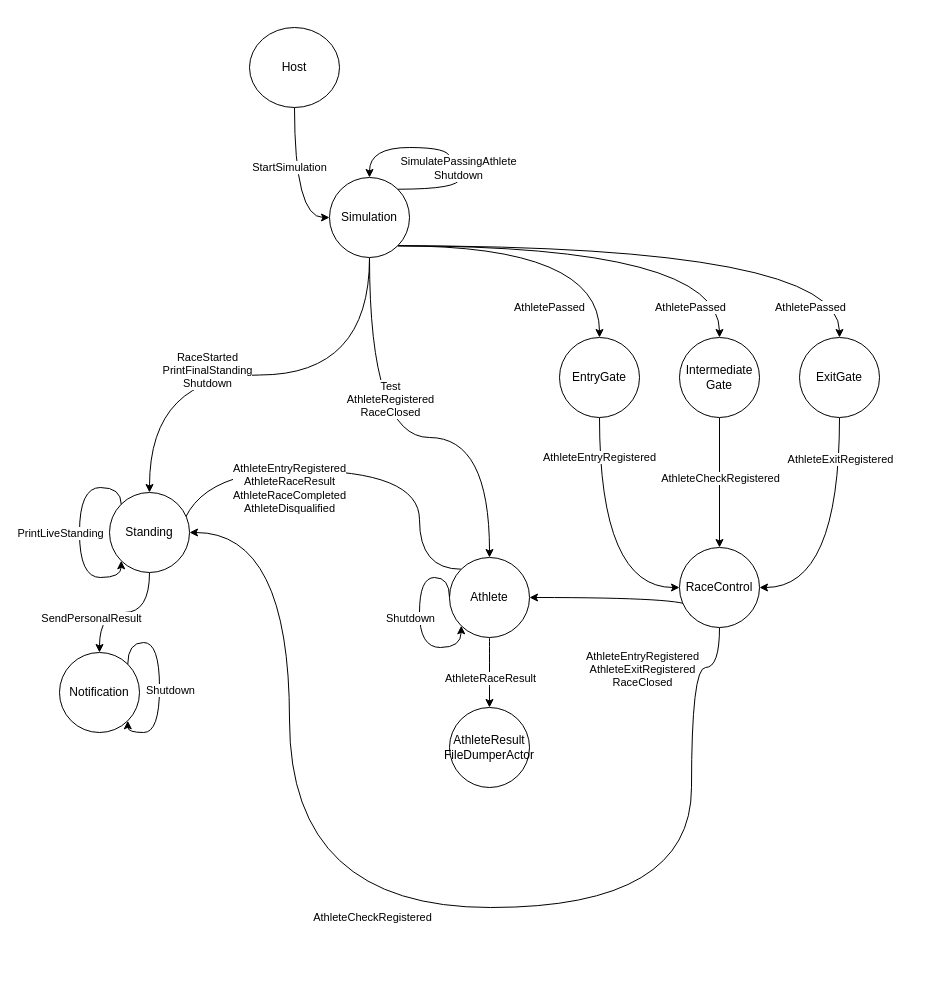
This is page "Communication flow" (2 of 2) of src/Host/diagram/thriathlon race.drawio from fbasco81/triathlon-race-demo, a draw.io file, before an edit. Source tidied: cells renumbered, new cells numbered last; positions are measured from the earlier drawing's top-left corner, leaving out a move shared by most shapes. Both pictures are drawn from the tidied source at 100%, with x=0, y=0 at pixel (59, 27).
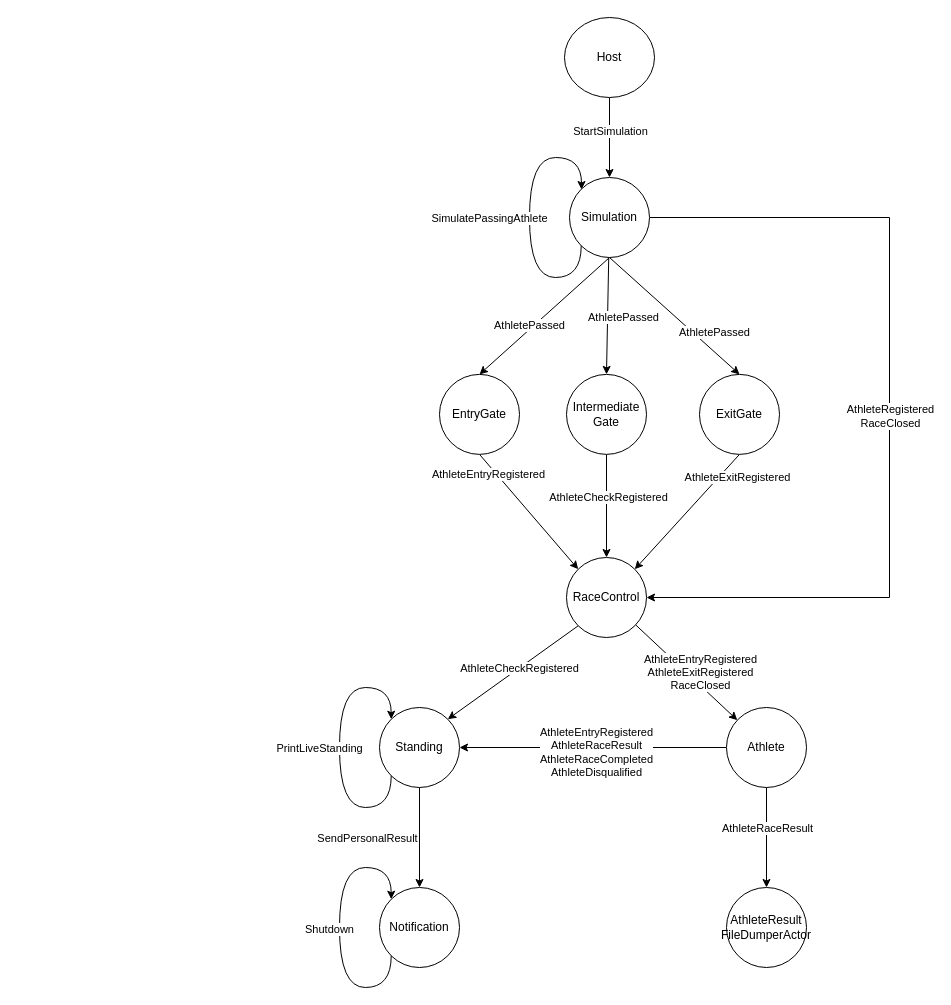
The same diagram, later.

Commit message (it also covers changes not shown here):
review diagram and message refactoring

The edit, as a diff of the source:
```diff
@@
-    <mxCell id="2" style="edgeStyle=orthogonalEdgeStyle;curved=1;rounded=0;jettySize=auto;html=1;entryX=0.5;entryY=0;entryDx=0;entryDy=0;exitX=0.5;exitY=1;exitDx=0;exitDy=0;" parent="1" edge="1" source="6" target="36">
+    <mxCell id="2" style="rounded=0;jettySize=auto;html=1;entryX=0.5;entryY=0;entryDx=0;entryDy=0;exitX=0.5;exitY=1;exitDx=0;exitDy=0;" parent="1" edge="1" source="6" target="36">
       <mxGeometry relative="1" as="geometry" />
     </mxCell>
     <mxCell id="3" value="AthleteRaceResult" style="edgeLabel;html=1;align=center;verticalAlign=middle;" parent="2" vertex="1">
       <mxGeometry x="-0.35" y="1" relative="1" as="geometry">
-        <mxPoint x="-1" y="17" as="offset" />
+        <mxPoint x="-1" y="7.1" as="offset" />
       </mxGeometry>
     </mxCell>
-    <mxCell id="4" style="edgeStyle=orthogonalEdgeStyle;curved=1;rounded=0;jettySize=auto;html=1;entryX=1;entryY=1;entryDx=0;entryDy=0;exitX=0;exitY=0;exitDx=0;exitDy=0;" parent="1" edge="1" source="6" target="33">
-      <mxGeometry relative="1" as="geometry">
-        <Array as="points">
-          <mxPoint x="360" y="542" />
-          <mxPoint x="360" y="443" />
-        </Array>
-      </mxGeometry>
+    <mxCell id="4" style="rounded=0;jettySize=auto;html=1;entryX=1;entryY=0.5;entryDx=0;entryDy=0;exitX=0;exitY=0.5;exitDx=0;exitDy=0;" parent="1" edge="1" source="6" target="33">
+      <mxGeometry relative="1" as="geometry" />
     </mxCell>
     <mxCell id="5" value="AthleteEntryRegistered&lt;br&gt;AthleteRaceResult&lt;br&gt;AthleteRaceCompleted&lt;br&gt;AthleteDisqualified" style="edgeLabel;html=1;align=center;verticalAlign=middle;" parent="4" vertex="1">
       <mxGeometry x="-0.11" y="-11" relative="1" as="geometry">
-        <mxPoint x="-61" y="28.6" as="offset" />
+        <mxPoint x="-11.3" y="15.9" as="offset" />
       </mxGeometry>
     </mxCell>
     <mxCell id="6" value="Athlete" style="ellipse;whiteSpace=wrap;html=1;" parent="1" vertex="1">
-      <mxGeometry x="390" y="530" width="80" height="80" as="geometry" />
+      <mxGeometry x="667" y="680" width="80" height="80" as="geometry" />
     </mxCell>
+    <mxCell id="47" style="edgeStyle=none;rounded=0;jettySize=auto;html=1;exitX=0.5;exitY=1;exitDx=0;exitDy=0;entryX=0;entryY=0;entryDx=0;entryDy=0;" parent="1" edge="1" source="8" target="19">
+      <mxGeometry relative="1" as="geometry" />
+    </mxCell>
-    <mxCell id="7" value="AthleteEntryRegistered" style="edgeStyle=orthogonalEdgeStyle;curved=1;rounded=0;jettySize=auto;html=1;exitX=0.5;exitY=1;exitDx=0;exitDy=0;entryX=0;entryY=0.5;entryDx=0;entryDy=0;" parent="1" edge="1" source="8" target="19">
-      <mxGeometry x="-0.68" relative="1" as="geometry" />
+    <mxCell id="7" value="AthleteEntryRegistered" style="edgeLabel;html=1;align=center;verticalAlign=middle;" parent="47" vertex="1">
+      <mxGeometry x="-0.48" y="-3" relative="1" as="geometry">
+        <mxPoint x="-14.7" y="-11.6" as="offset" />
+      </mxGeometry>
     </mxCell>
     <mxCell id="8" value="EntryGate" style="ellipse;whiteSpace=wrap;html=1;" parent="1" vertex="1">
-      <mxGeometry x="500" y="310" width="80" height="80" as="geometry" />
+      <mxGeometry x="380" y="346.9" width="80" height="80" as="geometry" />
     </mxCell>
-    <mxCell id="9" style="edgeStyle=orthogonalEdgeStyle;curved=1;rounded=0;jettySize=auto;html=1;entryX=1;entryY=0.5;entryDx=0;entryDy=0;exitX=0.5;exitY=1;exitDx=0;exitDy=0;" parent="1" edge="1" source="11" target="19">
-      <mxGeometry relative="1" as="geometry">
-        <Array as="points">
-          <mxPoint x="780" y="560" />
-        </Array>
-      </mxGeometry>
+    <mxCell id="9" style="rounded=0;jettySize=auto;html=1;entryX=1;entryY=0;entryDx=0;entryDy=0;exitX=0.5;exitY=1;exitDx=0;exitDy=0;" parent="1" edge="1" source="11" target="19">
+      <mxGeometry relative="1" as="geometry" />
     </mxCell>
     <mxCell id="10" value="AthleteExitRegistered" style="edgeLabel;html=1;align=center;verticalAlign=middle;" parent="9" vertex="1">
       <mxGeometry x="0.18" y="-2" relative="1" as="geometry">
-        <mxPoint x="2" y="-107" as="offset" />
+        <mxPoint x="60.9" y="-43.9" as="offset" />
       </mxGeometry>
     </mxCell>
     <mxCell id="11" value="ExitGate" style="ellipse;whiteSpace=wrap;html=1;" parent="1" vertex="1">
-      <mxGeometry x="740" y="310" width="80" height="80" as="geometry" />
+      <mxGeometry x="640" y="346.9" width="80" height="80" as="geometry" />
     </mxCell>
-    <mxCell id="12" style="edgeStyle=orthogonalEdgeStyle;curved=1;rounded=0;jettySize=auto;html=1;entryX=0.5;entryY=0;entryDx=0;entryDy=0;exitX=0.5;exitY=1;exitDx=0;exitDy=0;" parent="1" edge="1" source="14" target="19">
-      <mxGeometry relative="1" as="geometry">
-        <Array as="points">
-          <mxPoint x="660" y="450" />
-          <mxPoint x="660" y="450" />
-        </Array>
-      </mxGeometry>
+    <mxCell id="12" style="rounded=0;jettySize=auto;html=1;entryX=0.5;entryY=0;entryDx=0;entryDy=0;exitX=0.5;exitY=1;exitDx=0;exitDy=0;" parent="1" edge="1" source="14" target="19">
+      <mxGeometry relative="1" as="geometry" />
     </mxCell>
     <mxCell id="13" value="AthleteCheckRegistered" style="edgeLabel;html=1;align=center;verticalAlign=middle;" parent="12" vertex="1">
       <mxGeometry x="0.31" y="-3" relative="1" as="geometry">
-        <mxPoint x="3" y="-25" as="offset" />
+        <mxPoint x="4" y="-25" as="offset" />
       </mxGeometry>
     </mxCell>
     <mxCell id="14" value="Intermediate&lt;br&gt;Gate" style="ellipse;whiteSpace=wrap;html=1;" parent="1" vertex="1">
-      <mxGeometry x="620" y="310" width="80" height="80" as="geometry" />
+      <mxGeometry x="507" y="346.9" width="80" height="80" as="geometry" />
     </mxCell>
-    <mxCell id="15" style="edgeStyle=orthogonalEdgeStyle;curved=1;rounded=0;jettySize=auto;html=1;entryX=1;entryY=0.5;entryDx=0;entryDy=0;exitX=0;exitY=1;exitDx=0;exitDy=0;" parent="1" edge="1" source="19" target="6">
-      <mxGeometry relative="1" as="geometry">
-        <Array as="points">
-          <mxPoint x="630" y="588" />
-          <mxPoint x="630" y="570" />
-        </Array>
-      </mxGeometry>
+    <mxCell id="15" style="rounded=0;jettySize=auto;html=1;" parent="1" edge="1" source="19" target="6">
+      <mxGeometry relative="1" as="geometry" />
     </mxCell>
-    <mxCell id="16" value="AthleteEntryRegistered&lt;br&gt;AthleteExitRegistered&lt;br&gt;RaceClosed" style="edgeLabel;html=1;align=center;verticalAlign=middle;" parent="15" vertex="1">
+    <mxCell id="16" value="AthleteEntryRegistered&lt;br&gt;AthleteExitRegistered&lt;br&gt;RaceClosed" style="edgeLabel;html=1;align=center;verticalAlign=middle;labelBackgroundColor=#ffffff;" parent="15" vertex="1">
       <mxGeometry x="0.22" y="2" relative="1" as="geometry">
-        <mxPoint x="42" y="69" as="offset" />
+        <mxPoint x="0.7" y="-9.4" as="offset" />
       </mxGeometry>
     </mxCell>
-    <mxCell id="17" style="edgeStyle=orthogonalEdgeStyle;curved=1;rounded=0;jettySize=auto;html=1;entryX=1;entryY=0.5;entryDx=0;entryDy=0;exitX=0.5;exitY=1;exitDx=0;exitDy=0;" parent="1" edge="1" source="19" target="33">
-      <mxGeometry relative="1" as="geometry">
-        <Array as="points">
-          <mxPoint x="660" y="640" />
-          <mxPoint x="632" y="640" />
-          <mxPoint x="632" y="880" />
-          <mxPoint x="230" y="880" />
-        </Array>
-      </mxGeometry>
+    <mxCell id="17" style="rounded=0;jettySize=auto;html=1;entryX=1;entryY=0;entryDx=0;entryDy=0;exitX=0;exitY=1;exitDx=0;exitDy=0;" parent="1" edge="1" source="19" target="33">
+      <mxGeometry relative="1" as="geometry" />
     </mxCell>
     <mxCell id="18" value="AthleteCheckRegistered" style="edgeLabel;html=1;align=center;verticalAlign=middle;" parent="17" vertex="1">
-      <mxGeometry x="0.06" y="9" relative="1" as="geometry" />
+      <mxGeometry x="0.06" y="9" relative="1" as="geometry">
+        <mxPoint x="4.9" y="-14.9" as="offset" />
+      </mxGeometry>
     </mxCell>
     <mxCell id="19" value="RaceControl" style="ellipse;whiteSpace=wrap;html=1;" parent="1" vertex="1">
-      <mxGeometry x="620" y="520" width="80" height="80" as="geometry" />
+      <mxGeometry x="507" y="530" width="80" height="80" as="geometry" />
     </mxCell>
-    <mxCell id="20" style="edgeStyle=orthogonalEdgeStyle;rounded=0;jettySize=auto;html=1;exitX=0.5;exitY=1;exitDx=0;exitDy=0;curved=1;entryX=0.5;entryY=0;entryDx=0;entryDy=0;" parent="1" edge="1" source="30" target="6">
+    <mxCell id="20" style="rounded=0;jettySize=auto;html=1;exitX=1;exitY=0.5;exitDx=0;exitDy=0;entryX=1;entryY=0.5;entryDx=0;entryDy=0;" parent="1" edge="1" source="30" target="19">
       <mxGeometry relative="1" as="geometry">
         <Array as="points">
-          <mxPoint x="310" y="410" />
-          <mxPoint x="430" y="410" />
+          <mxPoint x="830" y="190" />
+          <mxPoint x="830" y="570" />
         </Array>
       </mxGeometry>
     </mxCell>
-    <mxCell id="21" value="Test&lt;br&gt;AthleteRegistered&lt;br&gt;RaceClosed" style="edgeLabel;html=1;align=center;verticalAlign=middle;" parent="20" vertex="1">
+    <mxCell id="21" value="AthleteRegistered&lt;br&gt;RaceClosed" style="edgeLabel;html=1;align=center;verticalAlign=middle;" parent="20" vertex="1">
       <mxGeometry x="-0.25" y="1" relative="1" as="geometry">
-        <mxPoint x="19" y="-17" as="offset" />
+        <mxPoint x="-1" y="114.5" as="offset" />
       </mxGeometry>
     </mxCell>
-    <mxCell id="22" style="edgeStyle=orthogonalEdgeStyle;curved=1;rounded=0;jettySize=auto;html=1;exitX=0.5;exitY=1;exitDx=0;exitDy=0;" parent="1" edge="1" source="30" target="33">
-      <mxGeometry relative="1" as="geometry" />
-    </mxCell>
-    <mxCell id="23" value="RaceStarted&lt;br&gt;PrintFinalStanding&lt;br&gt;Shutdown" style="edgeLabel;html=1;align=center;verticalAlign=middle;" parent="22" vertex="1">
-      <mxGeometry x="0.23" y="-5" relative="1" as="geometry" />
-    </mxCell>
-    <mxCell id="24" style="edgeStyle=orthogonalEdgeStyle;curved=1;rounded=0;jettySize=auto;html=1;exitX=1;exitY=1;exitDx=0;exitDy=0;" parent="1" edge="1" source="30" target="8">
+    <mxCell id="24" style="rounded=0;jettySize=auto;html=1;exitX=0.5;exitY=1;exitDx=0;exitDy=0;entryX=0.5;entryY=0;entryDx=0;entryDy=0;" parent="1" edge="1" source="30" target="8">
       <mxGeometry relative="1" as="geometry" />
     </mxCell>
     <mxCell id="25" value="AthletePassed" style="edgeLabel;html=1;align=center;verticalAlign=middle;" parent="24" vertex="1">
       <mxGeometry x="-0.08" y="-11" relative="1" as="geometry">
-        <mxPoint x="16.7" y="50.7" as="offset" />
+        <mxPoint x="-13.2" y="22.3" as="offset" />
       </mxGeometry>
     </mxCell>
-    <mxCell id="26" style="edgeStyle=orthogonalEdgeStyle;curved=1;rounded=0;jettySize=auto;html=1;exitX=1;exitY=1;exitDx=0;exitDy=0;entryX=0.5;entryY=0;entryDx=0;entryDy=0;" parent="1" edge="1" source="30" target="14">
+    <mxCell id="26" style="rounded=0;jettySize=auto;html=1;entryX=0.5;entryY=0;entryDx=0;entryDy=0;" parent="1" edge="1" source="30" target="14">
       <mxGeometry relative="1" as="geometry" />
     </mxCell>
     <mxCell id="27" value="AthletePassed" style="edgeLabel;html=1;align=center;verticalAlign=middle;" parent="26" vertex="1">
       <mxGeometry x="0.24" y="-23" relative="1" as="geometry">
-        <mxPoint x="36.7" y="38.7" as="offset" />
+        <mxPoint x="38.6" y="-11.7" as="offset" />
       </mxGeometry>
     </mxCell>
-    <mxCell id="28" style="edgeStyle=orthogonalEdgeStyle;curved=1;rounded=0;jettySize=auto;html=1;exitX=1;exitY=1;exitDx=0;exitDy=0;entryX=0.5;entryY=0;entryDx=0;entryDy=0;" parent="1" edge="1" source="30" target="11">
-      <mxGeometry relative="1" as="geometry">
-        <Array as="points">
-          <mxPoint x="780" y="218" />
-        </Array>
-      </mxGeometry>
+    <mxCell id="28" style="rounded=0;jettySize=auto;html=1;exitX=0.5;exitY=1;exitDx=0;exitDy=0;entryX=0.5;entryY=0;entryDx=0;entryDy=0;" parent="1" edge="1" source="30" target="11">
+      <mxGeometry relative="1" as="geometry" />
     </mxCell>
     <mxCell id="29" value="AthletePassed" style="edgeLabel;html=1;align=center;verticalAlign=middle;" parent="28" vertex="1">
       <mxGeometry x="0.39" y="-27" relative="1" as="geometry">
-        <mxPoint x="41.7" y="34.7" as="offset" />
+        <mxPoint x="32" y="-26.7" as="offset" />
       </mxGeometry>
     </mxCell>
     <mxCell id="30" value="Simulation" style="ellipse;whiteSpace=wrap;html=1;" parent="1" vertex="1">
-      <mxGeometry x="270" y="150" width="80" height="80" as="geometry" />
+      <mxGeometry x="510" y="150" width="80" height="80" as="geometry" />
     </mxCell>
-    <mxCell id="31" style="edgeStyle=orthogonalEdgeStyle;rounded=0;jettySize=auto;html=1;curved=1;" parent="1" edge="1" source="33" target="44">
+    <mxCell id="31" style="rounded=0;jettySize=auto;html=1;exitX=0.5;exitY=1;exitDx=0;exitDy=0;" parent="1" edge="1" source="33" target="44">
       <mxGeometry relative="1" as="geometry" />
     </mxCell>
@@
     <mxCell id="33" value="Standing" style="ellipse;whiteSpace=wrap;html=1;" parent="1" vertex="1">
-      <mxGeometry x="50" y="465" width="80" height="80" as="geometry" />
+      <mxGeometry x="320" y="680" width="80" height="80" as="geometry" />
     </mxCell>
-    <mxCell id="34" style="edgeStyle=orthogonalEdgeStyle;curved=1;rounded=0;orthogonalLoop=1;jettySize=auto;html=1;exitX=1;exitY=0;exitDx=0;exitDy=0;entryX=0.5;entryY=0;entryDx=0;entryDy=0;" parent="1" edge="1" source="30" target="30">
-      <mxGeometry relative="1" as="geometry">
-        <Array as="points">
-          <mxPoint x="400" y="162" />
-          <mxPoint x="400" y="140" />
-          <mxPoint x="390" y="140" />
-          <mxPoint x="390" y="120" />
-          <mxPoint x="310" y="120" />
-        </Array>
-      </mxGeometry>
-    </mxCell>
-    <mxCell id="35" value="SimulatePassingAthlete&lt;br&gt;Shutdown" style="edgeLabel;html=1;align=center;verticalAlign=middle;" parent="34" vertex="1">
-      <mxGeometry x="-0.24" y="1" relative="1" as="geometry">
-        <mxPoint y="-1" as="offset" />
-      </mxGeometry>
-    </mxCell>
     <mxCell id="36" value="AthleteResult&lt;br&gt;FileDumperActor" style="ellipse;whiteSpace=wrap;html=1;" parent="1" vertex="1">
-      <mxGeometry x="390" y="680" width="80" height="80" as="geometry" />
+      <mxGeometry x="667" y="860" width="80" height="80" as="geometry" />
     </mxCell>
-    <mxCell id="37" style="edgeStyle=orthogonalEdgeStyle;curved=1;rounded=0;orthogonalLoop=1;jettySize=auto;html=1;exitX=0;exitY=0;exitDx=0;exitDy=0;entryX=0;entryY=1;entryDx=0;entryDy=0;" parent="1" edge="1" source="33" target="33">
-      <mxGeometry relative="1" as="geometry">
-        <Array as="points">
-          <mxPoint x="62" y="460" />
-          <mxPoint x="20" y="460" />
-          <mxPoint x="20" y="550" />
-          <mxPoint x="62" y="550" />
-        </Array>
-      </mxGeometry>
-    </mxCell>
-    <mxCell id="38" value="PrintLiveStanding" style="edgeLabel;html=1;align=center;verticalAlign=middle;" parent="37" vertex="1">
-      <mxGeometry x="0.12" y="1" relative="1" as="geometry">
-        <mxPoint x="-21" y="-11.6" as="offset" />
-      </mxGeometry>
-    </mxCell>
-    <mxCell id="39" style="edgeStyle=orthogonalEdgeStyle;curved=1;rounded=0;jettySize=auto;html=1;entryX=0;entryY=0.5;entryDx=0;entryDy=0;" parent="1" edge="1" source="41" target="30">
+    <mxCell id="39" style="rounded=0;jettySize=auto;html=1;entryX=0.5;entryY=0;entryDx=0;entryDy=0;" parent="1" edge="1" source="41" target="30">
       <mxGeometry relative="1" as="geometry" />
     </mxCell>
     <mxCell id="40" value="StartSimulation" style="edgeLabel;html=1;align=center;verticalAlign=middle;" parent="39" vertex="1">
-      <mxGeometry x="-0.18" y="-6" relative="1" as="geometry" />
+      <mxGeometry x="-0.18" y="-6" relative="1" as="geometry">
+        <mxPoint x="6" as="offset" />
+      </mxGeometry>
     </mxCell>
     <mxCell id="41" value="Host" style="ellipse;whiteSpace=wrap;html=1;" parent="1" vertex="1">
-      <mxGeometry x="190" width="90" height="80" as="geometry" />
+      <mxGeometry x="505" y="-10" width="90" height="80" as="geometry" />
     </mxCell>
-    <mxCell id="42" style="edgeStyle=orthogonalEdgeStyle;curved=1;rounded=0;orthogonalLoop=1;jettySize=auto;html=1;exitX=0;exitY=0.5;exitDx=0;exitDy=0;entryX=0;entryY=1;entryDx=0;entryDy=0;labelBackgroundColor=#999900;" parent="1" edge="1" source="6" target="6">
-      <mxGeometry relative="1" as="geometry">
-        <Array as="points">
-          <mxPoint x="390" y="550" />
-          <mxPoint x="360" y="550" />
-          <mxPoint x="360" y="620" />
-          <mxPoint x="402" y="620" />
-        </Array>
-      </mxGeometry>
-    </mxCell>
+    <mxCell id="44" value="Notification" style="ellipse;whiteSpace=wrap;html=1;labelBackgroundColor=#ffffff;" parent="1" vertex="1">
+      <mxGeometry x="320" y="860" width="80" height="80" as="geometry" />
+    </mxCell>
+    <mxCell id="37" style="edgeStyle=orthogonalEdgeStyle;rounded=0;orthogonalLoop=1;jettySize=auto;html=1;exitX=0;exitY=0;exitDx=0;exitDy=0;entryX=0;entryY=1;entryDx=0;entryDy=0;curved=1;endArrow=none;endFill=0;startArrow=classic;startFill=1;" parent="1" edge="1" source="33" target="33">
+      <mxGeometry relative="1" as="geometry">
+        <Array as="points">
+          <mxPoint x="332" y="660" />
+          <mxPoint x="280" y="660" />
+          <mxPoint x="280" y="780" />
+          <mxPoint x="332" y="780" />
+        </Array>
+      </mxGeometry>
+    </mxCell>
+    <mxCell id="38" value="PrintLiveStanding" style="edgeLabel;html=1;align=center;verticalAlign=middle;" parent="37" vertex="1">
+      <mxGeometry x="-0.15" y="4" relative="1" as="geometry">
+        <mxPoint x="-24.1" y="22.2" as="offset" />
+      </mxGeometry>
+    </mxCell>
+    <mxCell id="45" style="edgeStyle=orthogonalEdgeStyle;curved=1;rounded=0;orthogonalLoop=1;jettySize=auto;html=1;exitX=0;exitY=0;exitDx=0;exitDy=0;entryX=0;entryY=1;entryDx=0;entryDy=0;endArrow=none;endFill=0;startArrow=classic;startFill=1;" parent="1" edge="1" source="44" target="44">
+      <mxGeometry relative="1" as="geometry">
+        <Array as="points">
+          <mxPoint x="332" y="840" />
+          <mxPoint x="280" y="840" />
+          <mxPoint x="280" y="960" />
+          <mxPoint x="332" y="960" />
+        </Array>
+      </mxGeometry>
+    </mxCell>
-    <mxCell id="43" value="Shutdown" style="edgeLabel;html=1;align=center;verticalAlign=middle;" parent="42" vertex="1">
-      <mxGeometry x="0.16" y="7" relative="1" as="geometry">
-        <mxPoint x="-17" y="-16" as="offset" />
+    <mxCell id="43" value="Shutdown" style="edgeLabel;html=1;align=center;verticalAlign=middle;" parent="45" vertex="1">
+      <mxGeometry x="0.14" y="2" relative="1" as="geometry">
+        <mxPoint x="-12.1" y="-18.4" as="offset" />
       </mxGeometry>
     </mxCell>
-    <mxCell id="44" value="Notification" style="ellipse;whiteSpace=wrap;html=1;labelBackgroundColor=#ffffff;" parent="1" vertex="1">
-      <mxGeometry y="625" width="80" height="80" as="geometry" />
-    </mxCell>
-    <mxCell id="45" style="edgeStyle=orthogonalEdgeStyle;curved=1;rounded=0;orthogonalLoop=1;jettySize=auto;html=1;entryX=1;entryY=1;entryDx=0;entryDy=0;labelBackgroundColor=#ffffff;exitX=1;exitY=0;exitDx=0;exitDy=0;" parent="1" edge="1" source="44" target="44">
-      <mxGeometry relative="1" as="geometry">
-        <Array as="points">
-          <mxPoint x="68" y="615" />
-          <mxPoint x="100" y="615" />
-          <mxPoint x="100" y="705" />
-          <mxPoint x="68" y="705" />
-        </Array>
-      </mxGeometry>
-    </mxCell>
-    <mxCell id="46" value="Shutdown" style="edgeLabel;html=1;align=center;verticalAlign=middle;labelBackgroundColor=#ffffff;" parent="45" vertex="1">
-      <mxGeometry x="0.08" y="-5" relative="1" as="geometry">
-        <mxPoint x="15" as="offset" />
-      </mxGeometry>
-    </mxCell>
+    <mxCell id="48" style="edgeStyle=orthogonalEdgeStyle;rounded=0;jettySize=auto;html=1;entryX=0;entryY=1;entryDx=0;entryDy=0;curved=1;endArrow=none;endFill=0;startArrow=classic;startFill=1;" parent="1" edge="1" target="30">
+      <mxGeometry relative="1" as="geometry">
+        <mxPoint x="522" y="162" as="sourcePoint" />
+        <Array as="points">
+          <mxPoint x="522" y="130" />
+          <mxPoint x="470" y="130" />
+          <mxPoint x="470" y="250" />
+          <mxPoint x="522" y="250" />
+        </Array>
+      </mxGeometry>
+    </mxCell>
+    <mxCell id="49" value="SimulatePassingAthlete" style="edgeLabel;html=1;align=center;verticalAlign=middle;" parent="48" vertex="1">
+      <mxGeometry x="-0.15" y="4" relative="1" as="geometry">
+        <mxPoint x="-44.1" y="22.8" as="offset" />
+      </mxGeometry>
+    </mxCell>
```
